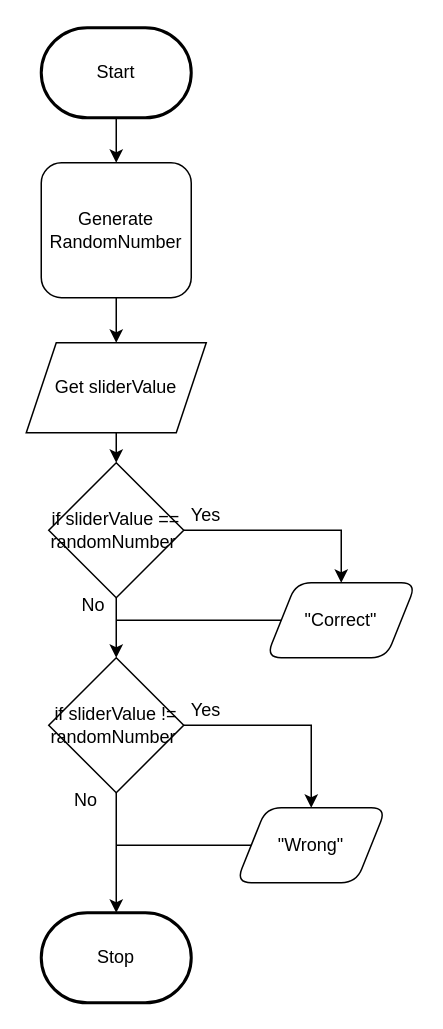
Earlier version of the draw.io diagram design/flowchart.drawio (MTHS-ICD2O-1-2023/ICD2O-Unit-5-01-giordan-zeina). Source tidied: cells renumbered, new cells numbered last; positions are measured from the earlier drawing's top-left corner, leaving out a move shared by most shapes. Both pictures are drawn from the tidied source at 150%, with x=0, y=0 at pixel (26, 27).
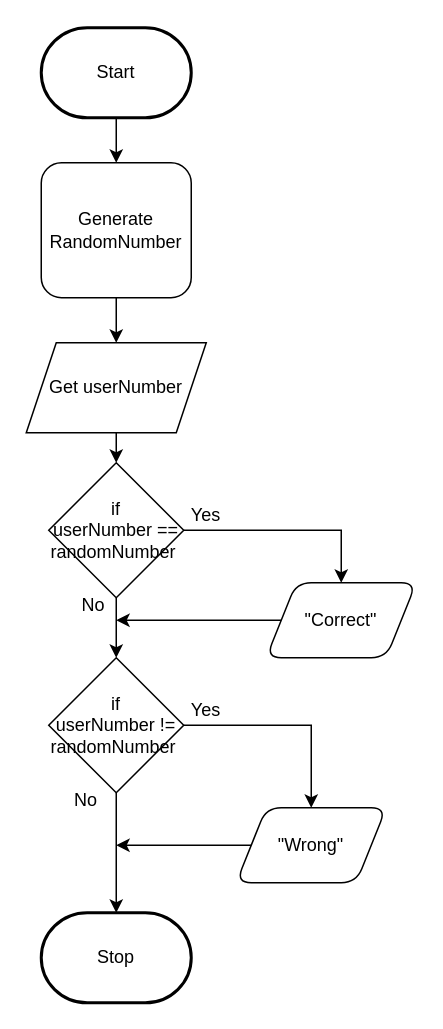
The same diagram, later.

The change refers to these unchanged cells:
```xml
<mxCell id="13" value="&quot;Correct&quot;" style="shape=parallelogram;perimeter=parallelogramPerimeter;whiteSpace=wrap;html=1;fixedSize=1;rounded=1;" parent="1" vertex="1">
  <mxGeometry x="160" y="370" width="100" height="50" as="geometry" />
</mxCell>
<mxCell id="18" value="&quot;Wrong&quot;" style="shape=parallelogram;perimeter=parallelogramPerimeter;whiteSpace=wrap;html=1;fixedSize=1;rounded=1;" parent="1" vertex="1">
  <mxGeometry x="140" y="520" width="100" height="50" as="geometry" />
</mxCell>
```

What changed in the source:
```diff
@@
-    <mxCell id="8" value="Get sliderValue" style="shape=parallelogram;perimeter=parallelogramPerimeter;whiteSpace=wrap;html=1;fixedSize=1;" parent="1" vertex="1">
+    <mxCell id="8" value="Get userNumber" style="shape=parallelogram;perimeter=parallelogramPerimeter;whiteSpace=wrap;html=1;fixedSize=1;" parent="1" vertex="1">
       <mxGeometry y="210" width="120" height="60" as="geometry" />
     </mxCell>
@@
-    <mxCell id="11" value="if sliderValue == randomNumber&amp;nbsp;" style="rhombus;whiteSpace=wrap;html=1;" parent="1" vertex="1">
+    <mxCell id="11" value="if userNumber&amp;nbsp;== randomNumber&amp;nbsp;" style="rhombus;whiteSpace=wrap;html=1;" parent="1" vertex="1">
       <mxGeometry x="15" y="290" width="90" height="90" as="geometry" />
     </mxCell>
-    <mxCell id="12" style="edgeStyle=orthogonalEdgeStyle;rounded=0;html=1;endArrow=none;endFill=0;" parent="1" edge="1" source="13">
+    <mxCell id="12" style="edgeStyle=orthogonalEdgeStyle;rounded=0;html=1;endArrow=classic;endFill=1;" parent="1" edge="1" source="13">
       <mxGeometry relative="1" as="geometry">
         <mxPoint x="60" y="395" as="targetPoint" />
       </mxGeometry>
     </mxCell>
@@
-    <mxCell id="16" value="if sliderValue != randomNumber&amp;nbsp;" style="rhombus;whiteSpace=wrap;html=1;" parent="1" vertex="1">
+    <mxCell id="16" value="if userNumber&amp;nbsp;!= randomNumber&amp;nbsp;" style="rhombus;whiteSpace=wrap;html=1;" parent="1" vertex="1">
       <mxGeometry x="15" y="420" width="90" height="90" as="geometry" />
     </mxCell>
-    <mxCell id="17" style="edgeStyle=orthogonalEdgeStyle;rounded=0;html=1;startArrow=none;startFill=0;endArrow=none;endFill=0;" parent="1" edge="1" source="18">
+    <mxCell id="17" style="edgeStyle=orthogonalEdgeStyle;rounded=0;html=1;startArrow=none;startFill=0;endArrow=classic;endFill=1;" parent="1" edge="1" source="18">
       <mxGeometry relative="1" as="geometry">
         <mxPoint x="60" y="545" as="targetPoint" />
       </mxGeometry>
     </mxCell>
```
